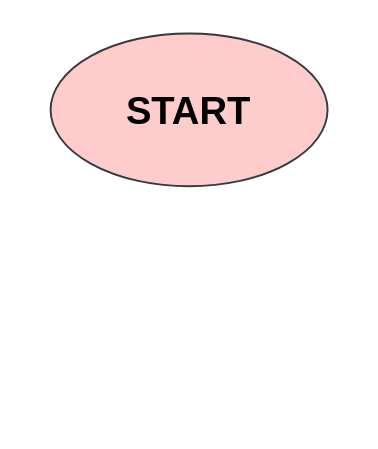
karindaamelia/karinda_amelia-sistem_kasir keeps this draw.io diagram as flowchart.drawio. Above is the earlier version. Source tidied: cells renumbered, new cells numbered last; positions are measured from the earlier drawing's top-left corner, leaving out a move shared by most shapes. Both pictures are drawn from the tidied source at 191%, with x=0, y=0 at pixel (50, 32).
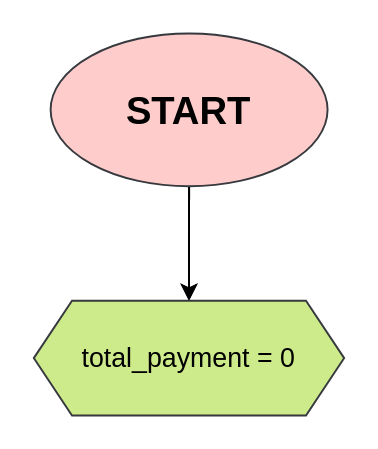
After the change.

Commit message:
Inisialisasi total_payment dengan 0

Diff of the diagram source:
```diff
@@
 <mxGraphModel background="#ffffff">
   <root>
     <mxCell id="0" />
     <mxCell id="1" parent="0" />
+    <mxCell id="3" style="edgeStyle=none;html=1;entryX=0.5;entryY=0;entryDx=0;entryDy=0;" parent="1" edge="1" source="2" target="5">
+      <mxGeometry relative="1" as="geometry" />
+    </mxCell>
+    <mxCell id="4" style="edgeStyle=none;html=1;entryX=0.5;entryY=0;entryDx=0;entryDy=0;strokeColor=#000000;" parent="1" edge="1" source="2" target="5">
+      <mxGeometry relative="1" as="geometry" />
+    </mxCell>
     <mxCell id="2" value="&lt;span style=&quot;font-size: 20px&quot;&gt;&lt;b&gt;START&lt;/b&gt;&lt;/span&gt;" style="ellipse;whiteSpace=wrap;html=1;fillColor=#ffcccc;strokeColor=#36393d;fontColor=#000000;" parent="1" vertex="1">
       <mxGeometry width="145" height="80" as="geometry" />
     </mxCell>
+    <mxCell id="5" value="total_payment = 0" style="shape=hexagon;perimeter=hexagonPerimeter2;whiteSpace=wrap;html=1;fixedSize=1;fontSize=14;fillColor=#cdeb8b;strokeColor=#36393d;fontColor=#000000;" parent="1" vertex="1">
+      <mxGeometry x="-8.8" y="140" width="162.5" height="60" as="geometry" />
+    </mxCell>
   </root>
 </mxGraphModel>
```
